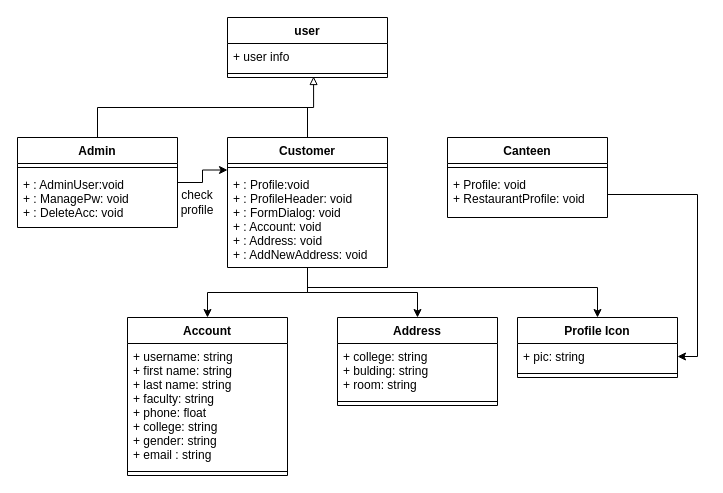
The draw.io diagram Profile Class Diagram.drawio in wkng0/heyy, before the edit. Source tidied: cells renumbered, new cells numbered last; positions are measured from the earlier drawing's top-left corner, leaving out a move shared by most shapes. Both pictures are drawn from the tidied source at 100%, with x=0, y=0 at pixel (17, 17).
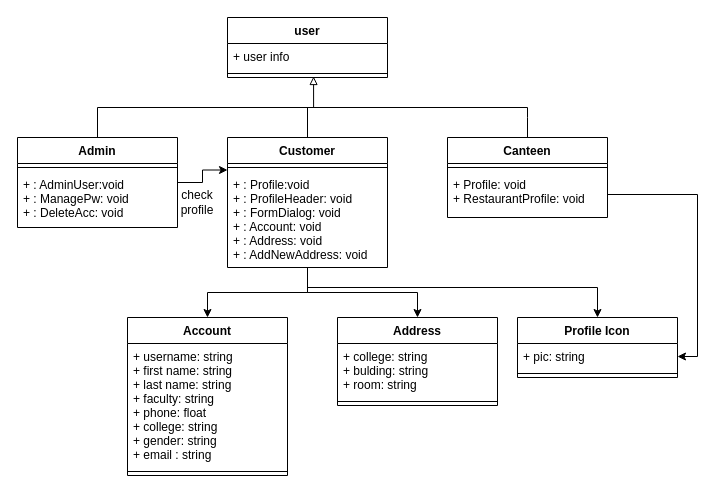
The same diagram, later.

Unchanged cells that the change refers to:
```xml
<mxCell id="24" value="Canteen" style="swimlane;fontStyle=1;align=center;verticalAlign=top;horizontal=1;startSize=26;" parent="1" vertex="1">
  <mxGeometry x="430" y="120" width="160" height="80" as="geometry" />
</mxCell>
```

Diff of the diagram source:
```diff
@@
+    <mxCell id="31" style="edgeStyle=orthogonalEdgeStyle;rounded=0;jettySize=auto;html=1;endArrow=none;endFill=0;" parent="1" edge="1" source="24">
+      <mxGeometry relative="1" as="geometry">
+        <mxPoint x="510" y="90" as="targetPoint" />
+      </mxGeometry>
+    </mxCell>
@@
+    <mxCell id="32" style="endArrow=none;html=1;rounded=0;" parent="1" edge="1">
+      <mxGeometry relative="1" as="geometry">
+        <mxPoint x="290" y="90" as="sourcePoint" />
+        <mxPoint x="510" y="90" as="targetPoint" />
+      </mxGeometry>
+    </mxCell>
```
